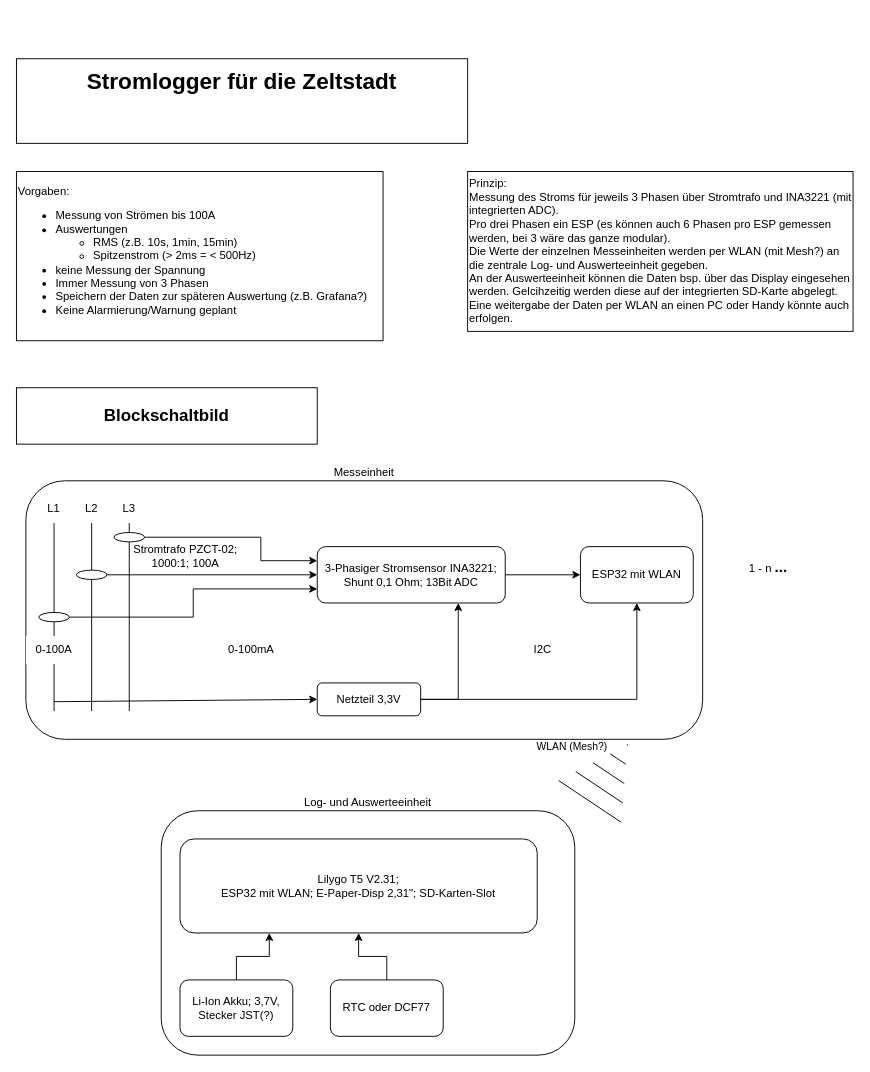
Before: Stromlogger_Planung.drawio in dpreyl/Stromlogger, a draw.io diagram. Source tidied: cells renumbered, new cells numbered last; positions are measured from the earlier drawing's top-left corner, leaving out a move shared by most shapes. Both pictures are drawn from the tidied source at 94%, with x=0, y=0 at pixel (16, 58).
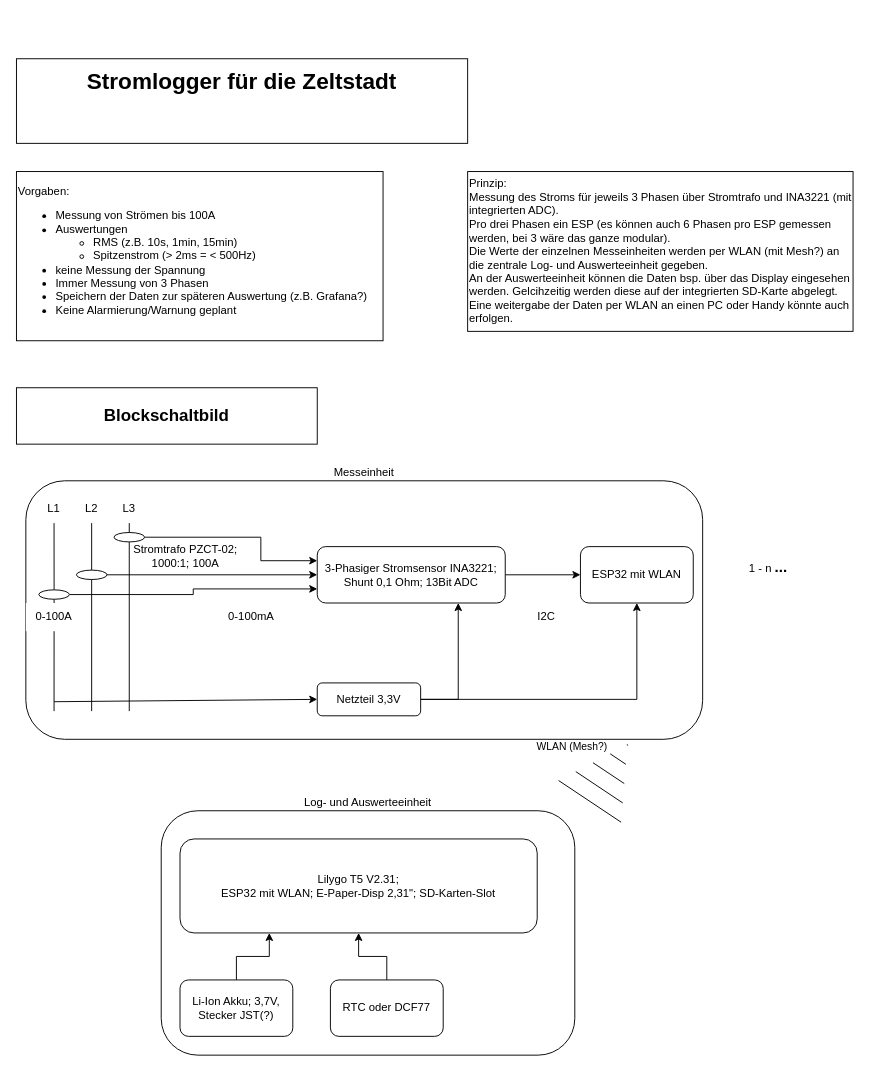
The same diagram, later.

The change refers to these unchanged cells:
```xml
<mxCell id="22" value="&lt;div&gt;3-Phasiger Stromsensor INA3221; Shunt 0,1 Ohm; 13Bit ADC&lt;br&gt;&lt;/div&gt;" style="rounded=1;whiteSpace=wrap;html=1;" parent="1" vertex="1">
  <mxGeometry x="320" y="519" width="200" height="60" as="geometry" />
</mxCell>
```

Diff of the diagram source:
```diff
@@
-    <mxCell id="18" style="edgeStyle=orthogonalEdgeStyle;rounded=0;jettySize=auto;html=1;exitX=1;exitY=0.5;exitDx=0;exitDy=0;entryX=0;entryY=0.75;entryDx=0;entryDy=0;" parent="1" edge="1" source="19" target="22">
+    <mxCell id="18" style="edgeStyle=orthogonalEdgeStyle;rounded=0;jettySize=auto;html=1;entryX=0;entryY=0.75;entryDx=0;entryDy=0;exitX=1;exitY=0.5;exitDx=0;exitDy=0;" parent="1" edge="1" source="19" target="22">
       <mxGeometry relative="1" as="geometry" />
     </mxCell>
     <mxCell id="19" style="ellipse;whiteSpace=wrap;html=1;" parent="1" vertex="1">
-      <mxGeometry x="23.8" y="589" width="32.5" height="10" as="geometry" />
+      <mxGeometry x="23.8" y="565" width="32.5" height="10" as="geometry" />
     </mxCell>
@@
     <mxCell id="23" value="0-100A" style="text;html=1;strokeColor=none;fillColor=default;align=center;verticalAlign=middle;whiteSpace=wrap;rounded=0;" parent="1" vertex="1">
-      <mxGeometry x="10" y="614" width="60" height="30" as="geometry" />
+      <mxGeometry x="10" y="579" width="60" height="30" as="geometry" />
     </mxCell>
     <mxCell id="24" value="0-100mA" style="text;html=1;strokeColor=none;fillColor=none;align=center;verticalAlign=middle;whiteSpace=wrap;rounded=0;" parent="1" vertex="1">
-      <mxGeometry x="220" y="614" width="60" height="30" as="geometry" />
+      <mxGeometry x="220" y="579" width="60" height="30" as="geometry" />
     </mxCell>
@@
     <mxCell id="26" value="I2C" style="text;html=1;strokeColor=none;fillColor=none;align=center;verticalAlign=middle;whiteSpace=wrap;rounded=0;" parent="1" vertex="1">
-      <mxGeometry x="530" y="614" width="60" height="30" as="geometry" />
+      <mxGeometry x="534" y="579" width="60" height="30" as="geometry" />
     </mxCell>
```
